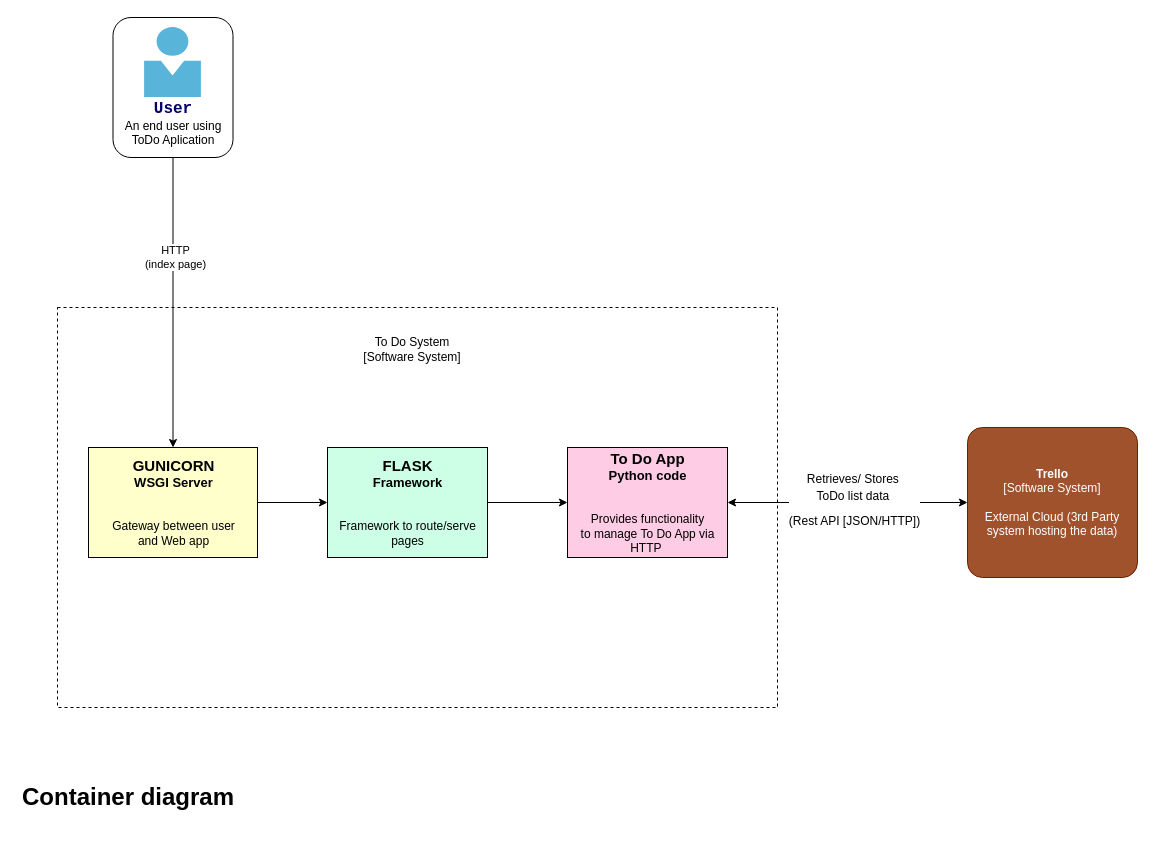
The draw.io diagram documentation/Container Diagram.drawio in shivaHanchate/DevOps-Course-Starter, before the edit. Source tidied: cells renumbered, new cells numbered last; positions are measured from the earlier drawing's top-left corner, leaving out a move shared by most shapes. Both pictures are drawn from the tidied source at 100%, with x=0, y=0 at pixel (17, 17).
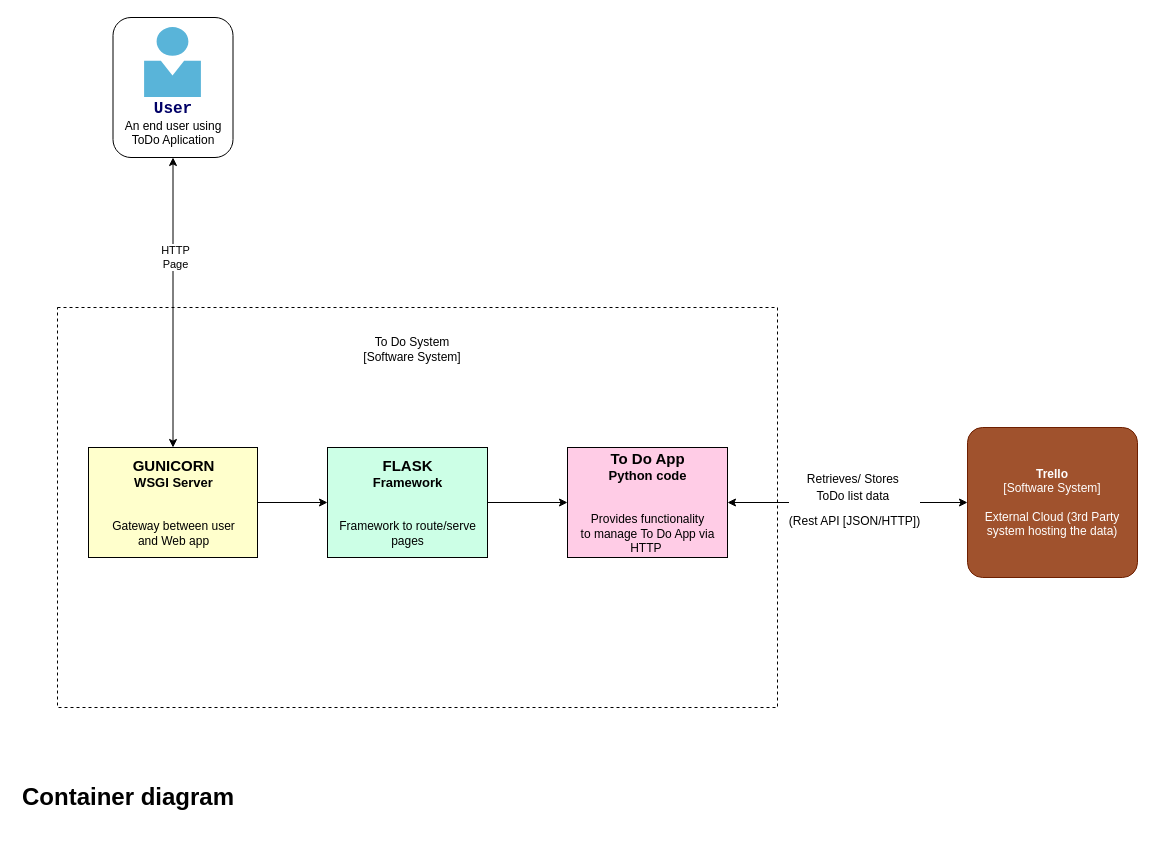
The same diagram, later.

Commit message (it also covers changes not shown here):
Amended Component diagram as advised by Hugh

What changed in the source:
```diff
@@
 <mxGraphModel>
   <root>
     <mxCell id="0" />
     <mxCell id="1" parent="0" />
     <object id="2" label="&lt;b&gt;%c4Name%&lt;/b&gt;&lt;div&gt;[%c4Type%]&lt;/div&gt;&lt;br&gt;&lt;div&gt;%c4Description%&lt;/div&gt;" c4Description="External Cloud (3rd Party system hosting the data)" c4Name="Trello" c4Type="Software System" placeholders="1">
       <mxCell style="rounded=1;whiteSpace=wrap;html=1;labelBackgroundColor=none;fillColor=#a0522d;fontColor=#ffffff;align=center;arcSize=10;strokeColor=#6D1F00;metaData={&quot;c4Type&quot;:{&quot;editable&quot;:false}};points=[[0.25,0,0],[0.5,0,0],[0.75,0,0],[1,0.25,0],[1,0.5,0],[1,0.75,0],[0.75,1,0],[0.5,1,0],[0.25,1,0],[0,0.75,0],[0,0.5,0],[0,0.25,0]];" parent="1" vertex="1">
         <mxGeometry x="950" y="410" width="170" height="150" as="geometry" />
       </mxCell>
     </object>
     <mxCell id="3" value="&lt;br&gt;&lt;br&gt;&lt;br&gt;&lt;br&gt;&lt;br&gt;&lt;font style=&quot;font-size: 16px&quot; face=&quot;Courier New&quot; color=&quot;#000066&quot;&gt;&lt;b&gt;User&lt;/b&gt;&lt;/font&gt;&lt;br&gt;An end user using&lt;br&gt;ToDo Aplication" style="rounded=1;whiteSpace=wrap;html=1;" parent="1" vertex="1">
       <mxGeometry x="95.5" width="120" height="140" as="geometry" />
     </mxCell>
     <mxCell id="4" style="html=1;align=center;image;fontSize=12;image=img/lib/mscae/Person.svg;imageBackground=#FFFFFF;" parent="1" vertex="1">
       <mxGeometry x="127.1" y="10" width="56.8" height="70" as="geometry" />
     </mxCell>
     <mxCell id="5" value="&lt;h1&gt;Container diagram&lt;/h1&gt;&lt;p&gt;&lt;br&gt;&lt;/p&gt;" style="text;html=1;strokeColor=none;fillColor=none;spacing=5;spacingTop=-20;whiteSpace=wrap;overflow=hidden;rounded=0;" parent="1" vertex="1">
       <mxGeometry y="760" width="300" height="50" as="geometry" />
     </mxCell>
     <mxCell id="6" style="rounded=0;whiteSpace=wrap;html=1;dashed=1;" parent="1" vertex="1">
       <mxGeometry x="40" y="290" width="720" height="400" as="geometry" />
     </mxCell>
     <mxCell id="7" value="To Do System&lt;br&gt;[Software System]" style="text;html=1;strokeColor=none;fillColor=none;align=center;verticalAlign=middle;whiteSpace=wrap;rounded=0;dashed=1;" parent="1" vertex="1">
       <mxGeometry x="320" y="314" width="150" height="36" as="geometry" />
     </mxCell>
     <mxCell id="8" style="edgeStyle=orthogonalEdgeStyle;rounded=0;jettySize=auto;html=1;exitX=1;exitY=0.5;exitDx=0;exitDy=0;entryX=0;entryY=0.5;entryDx=0;entryDy=0;" parent="1" edge="1" source="9" target="11">
       <mxGeometry relative="1" as="geometry" />
     </mxCell>
     <mxCell id="9" value="&lt;font&gt;&lt;font style=&quot;font-size: 15px&quot;&gt;&lt;b&gt;GUNICORN&lt;/b&gt;&lt;/font&gt;&lt;br&gt;&lt;b&gt;&lt;font style=&quot;font-size: 13px&quot;&gt;WSGI Server&lt;/font&gt;&lt;/b&gt;&lt;br&gt;&lt;/font&gt;&lt;br&gt;&lt;br&gt;Gateway between user &lt;br&gt;and Web app" style="html=1;dashed=0;whitespace=wrap;fillColor=#FFFFCC;" parent="1" vertex="1">
       <mxGeometry x="71" y="430" width="169" height="110" as="geometry" />
     </mxCell>
     <mxCell id="10" style="edgeStyle=orthogonalEdgeStyle;rounded=0;jettySize=auto;html=1;exitX=1;exitY=0.5;exitDx=0;exitDy=0;entryX=0;entryY=0.5;entryDx=0;entryDy=0;" parent="1" edge="1" source="11" target="12">
       <mxGeometry relative="1" as="geometry" />
     </mxCell>
     <mxCell id="11" value="&lt;font style=&quot;font-size: 15px&quot;&gt;&lt;b&gt;FLASK&lt;/b&gt;&lt;/font&gt;&lt;br&gt;&lt;span style=&quot;font-size: 13px&quot;&gt;&lt;b&gt;Framework&lt;/b&gt;&lt;/span&gt;&lt;br&gt;&lt;br&gt;&lt;br&gt;Framework to route/serve &lt;br&gt;pages" style="html=1;dashed=0;whitespace=wrap;fillColor=#CCFFE6;" parent="1" vertex="1">
       <mxGeometry x="310" y="430" width="160" height="110" as="geometry" />
     </mxCell>
     <mxCell id="12" value="&lt;font style=&quot;font-size: 15px&quot;&gt;&lt;b&gt;To Do App&lt;/b&gt;&lt;/font&gt;&lt;br&gt;&lt;span style=&quot;font-size: 13px&quot;&gt;&lt;b&gt;Python code&lt;/b&gt;&lt;/span&gt;&lt;br&gt;&lt;br&gt;&lt;br&gt;Provides functionality&lt;br&gt;to manage To Do App via &lt;br&gt;HTTP&amp;nbsp;" style="html=1;dashed=0;whitespace=wrap;fillColor=#FFCCE6;" parent="1" vertex="1">
       <mxGeometry x="550" y="430" width="160" height="110" as="geometry" />
     </mxCell>
     <mxCell id="13" style="endArrow=classic;startArrow=classic;html=1;entryX=0;entryY=0.5;entryDx=0;entryDy=0;entryPerimeter=0;" parent="1" edge="1" source="12" target="2">
       <mxGeometry relative="1" as="geometry" />
     </mxCell>
     <mxCell id="14" value="&lt;p style=&quot;line-height: 0%&quot;&gt;&lt;font style=&quot;font-size: 12px&quot;&gt;Retrieves/ Stores&amp;nbsp;&lt;/font&gt;&lt;/p&gt;&lt;p style=&quot;line-height: 120%&quot;&gt;&lt;font style=&quot;font-size: 12px ; line-height: 100%&quot;&gt;ToDo list data&amp;nbsp;&lt;/font&gt;&lt;/p&gt;&lt;p style=&quot;line-height: 120%&quot;&gt;&lt;font style=&quot;font-size: 12px ; line-height: 100%&quot;&gt;(Rest API [JSON/HTTP])&lt;/font&gt;&lt;/p&gt;" style="edgeLabel;html=1;align=center;verticalAlign=middle;imageHeight=24;" parent="13" vertex="1">
       <mxGeometry x="0.19" y="-1" relative="1" as="geometry">
         <mxPoint x="-17" y="-1" as="offset" />
       </mxGeometry>
     </mxCell>
-    <mxCell id="15" style="edgeStyle=orthogonalEdgeStyle;rounded=0;jettySize=auto;html=1;exitX=0.5;exitY=1;exitDx=0;exitDy=0;entryX=0.5;entryY=0;entryDx=0;entryDy=0;" parent="1" edge="1" source="3" target="9">
+    <mxCell id="15" style="edgeStyle=orthogonalEdgeStyle;rounded=0;jettySize=auto;html=1;exitX=0.5;exitY=1;exitDx=0;exitDy=0;entryX=0.5;entryY=0;entryDx=0;entryDy=0;startArrow=classic;startFill=1;" parent="1" edge="1" source="3" target="9">
       <mxGeometry relative="1" as="geometry" />
     </mxCell>
-    <mxCell id="16" value="HTTP&lt;br&gt;(index page)" style="edgeLabel;html=1;align=center;verticalAlign=middle;" parent="15" vertex="1">
+    <mxCell id="16" value="HTTP&lt;br&gt;Page" style="edgeLabel;html=1;align=center;verticalAlign=middle;" parent="15" vertex="1">
       <mxGeometry x="-0.32" y="2" relative="1" as="geometry" />
     </mxCell>
   </root>
 </mxGraphModel>
```
